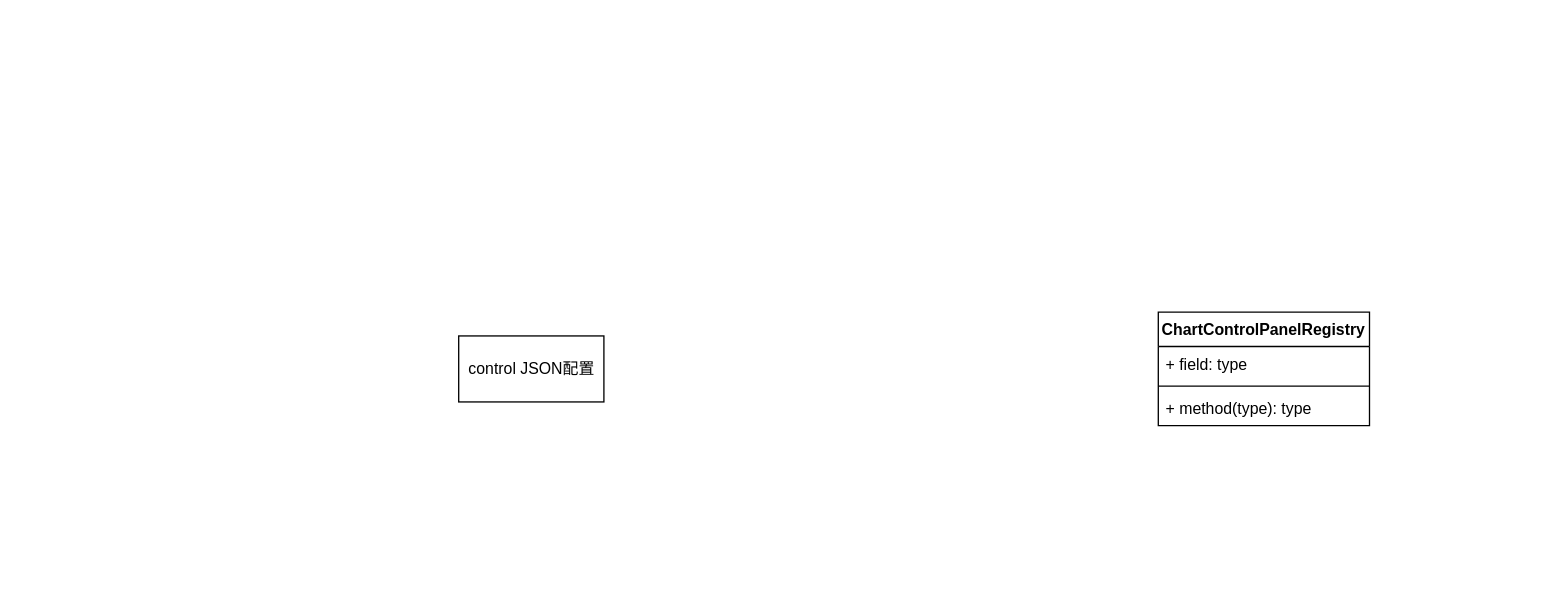
This is superset-core_control.drawio from wbbhacker/drawFile, a draw.io file, before an edit. Source tidied: cells renumbered, new cells numbered last; positions are measured from the earlier drawing's top-left corner, leaving out a move shared by most shapes. Both pictures are drawn from the tidied source at 132%, with x=0, y=0 at pixel (458, 312).
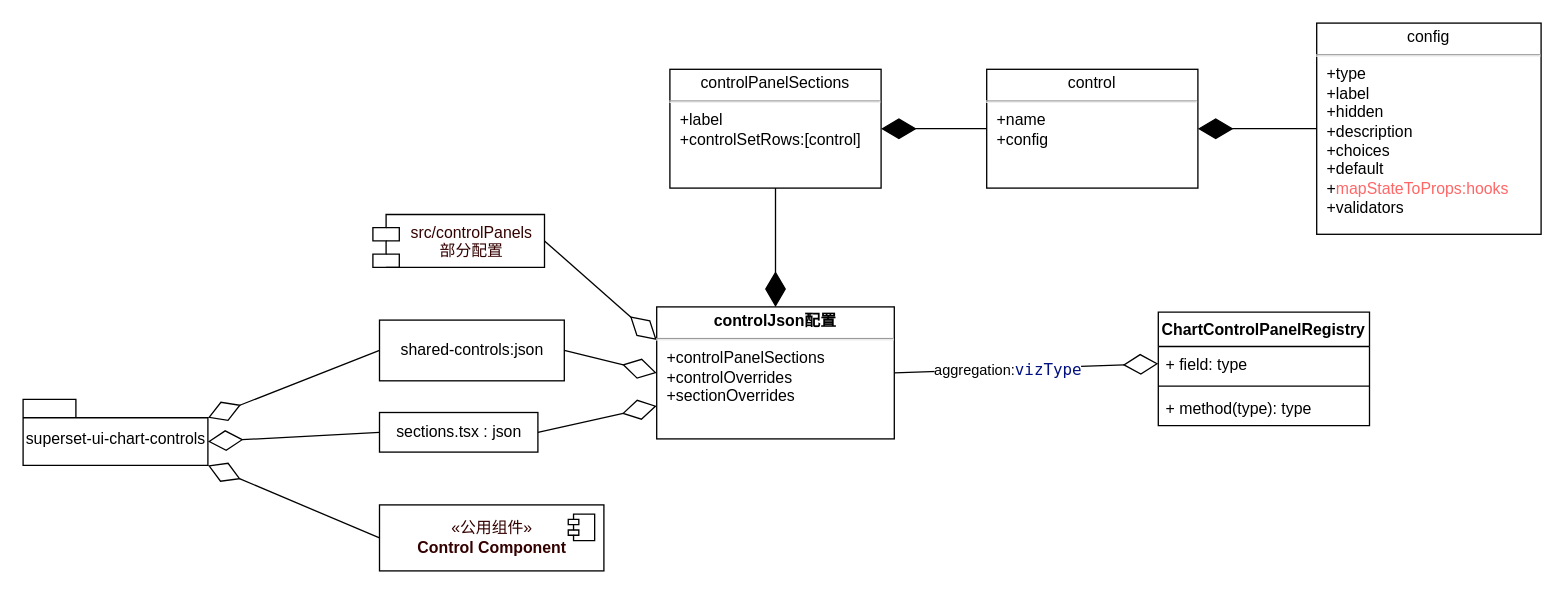
Above is the later version.

Unchanged cells that the change refers to:
```xml
<mxCell id="3" value="+ field: type" style="text;strokeColor=none;fillColor=none;align=left;verticalAlign=top;spacingLeft=4;spacingRight=4;overflow=hidden;points=[[0,0.5],[1,0.5]];portConstraint=eastwest;" parent="2" vertex="1">
  <mxGeometry y="26" width="160" height="26" as="geometry" />
</mxCell>
```

Change to the diagram source:
```diff
@@
-    <mxCell id="6" value="control JSON配置" style="html=1;" parent="1" vertex="1">
-      <mxGeometry y="18" width="110" height="50" as="geometry" />
-    </mxCell>
+    <mxCell id="7" style="endArrow=diamondThin;endFill=0;endSize=24;html=1;rounded=0;entryX=0;entryY=0.5;entryDx=0;entryDy=0;exitX=1;exitY=0.5;exitDx=0;exitDy=0;" parent="1" edge="1" source="17" target="3">
+      <mxGeometry relative="1" as="geometry" />
+    </mxCell>
+    <mxCell id="8" value="aggregation:&lt;span style=&quot;color: rgb(0 , 16 , 128) ; font-family: &amp;#34;menlo&amp;#34; , &amp;#34;monaco&amp;#34; , &amp;#34;courier new&amp;#34; , monospace ; font-size: 12px&quot;&gt;vizType&lt;/span&gt;" style="edgeLabel;html=1;align=center;verticalAlign=middle;" parent="7" vertex="1">
+      <mxGeometry x="-0.14" y="-1" relative="1" as="geometry" />
+    </mxCell>
+    <mxCell id="9" style="endArrow=diamondThin;endFill=0;endSize=24;html=1;rounded=0;entryX=0;entryY=0;entryDx=140;entryDy=50;exitX=0;exitY=0.5;exitDx=0;exitDy=0;entryPerimeter=0;" parent="1" edge="1" source="25" target="24">
+      <mxGeometry relative="1" as="geometry" />
+    </mxCell>
+    <mxCell id="10" value="sections.tsx : json" style="html=1;" parent="1" vertex="1">
+      <mxGeometry x="-60" y="76" width="120" height="30" as="geometry" />
+    </mxCell>
+    <mxCell id="11" value="shared-controls:json" style="html=1;" parent="1" vertex="1">
+      <mxGeometry x="-60" y="6" width="140" height="46" as="geometry" />
+    </mxCell>
+    <mxCell id="12" style="endArrow=diamondThin;endFill=0;endSize=24;html=1;rounded=0;entryX=0;entryY=0;entryDx=140;entryDy=32;exitX=0;exitY=0.5;exitDx=0;exitDy=0;entryPerimeter=0;" parent="1" edge="1" source="10" target="24">
+      <mxGeometry relative="1" as="geometry" />
+    </mxCell>
+    <mxCell id="13" style="endArrow=diamondThin;endFill=0;endSize=24;html=1;rounded=0;entryX=0;entryY=0;entryDx=140;entryDy=14;exitX=0;exitY=0.5;exitDx=0;exitDy=0;entryPerimeter=0;" parent="1" edge="1" source="11" target="24">
+      <mxGeometry relative="1" as="geometry" />
+    </mxCell>
+    <mxCell id="14" style="endArrow=diamondThin;endFill=0;endSize=24;html=1;rounded=0;exitX=1;exitY=0.5;exitDx=0;exitDy=0;entryX=0;entryY=0.75;entryDx=0;entryDy=0;" parent="1" edge="1" source="10" target="17">
+      <mxGeometry relative="1" as="geometry" />
+    </mxCell>
+    <mxCell id="15" style="endArrow=diamondThin;endFill=0;endSize=24;html=1;rounded=0;exitX=1;exitY=0.5;exitDx=0;exitDy=0;entryX=0;entryY=0.25;entryDx=0;entryDy=0;" parent="1" edge="1" source="27" target="17">
+      <mxGeometry relative="1" as="geometry" />
+    </mxCell>
+    <mxCell id="16" style="endArrow=diamondThin;endFill=0;endSize=24;html=1;rounded=0;exitX=1;exitY=0.5;exitDx=0;exitDy=0;entryX=0;entryY=0.5;entryDx=0;entryDy=0;" parent="1" edge="1" source="11" target="17">
+      <mxGeometry relative="1" as="geometry" />
+    </mxCell>
+    <mxCell id="17" value="&lt;p style=&quot;margin: 4px 0px 0px ; text-align: center&quot;&gt;&lt;b&gt;controlJson配置&lt;/b&gt;&lt;/p&gt;&lt;hr&gt;&lt;p style=&quot;margin: 0px ; margin-left: 8px&quot;&gt;+controlPanelSections&lt;br&gt;+controlOverrides&lt;br&gt;&lt;/p&gt;&lt;p style=&quot;margin: 0px ; margin-left: 8px&quot;&gt;+sectionOverrides&lt;/p&gt;" style="verticalAlign=top;align=left;overflow=fill;fontSize=12;fontFamily=Helvetica;html=1;" parent="1" vertex="1">
+      <mxGeometry x="150" y="-4" width="180" height="100" as="geometry" />
+    </mxCell>
+    <mxCell id="18" value="&lt;p style=&quot;margin: 4px 0px 0px ; text-align: center&quot;&gt;controlPanelSections&lt;/p&gt;&lt;hr&gt;&lt;p style=&quot;margin: 0px ; margin-left: 8px&quot;&gt;+label&lt;/p&gt;&lt;p style=&quot;margin: 0px ; margin-left: 8px&quot;&gt;+controlSetRows:[control]&lt;/p&gt;" style="verticalAlign=top;align=left;overflow=fill;fontSize=12;fontFamily=Helvetica;html=1;" parent="1" vertex="1">
+      <mxGeometry x="160" y="-184" width="160" height="90" as="geometry" />
+    </mxCell>
+    <mxCell id="19" style="endArrow=diamondThin;endFill=1;endSize=24;html=1;rounded=0;exitX=0.5;exitY=1;exitDx=0;exitDy=0;entryX=0.5;entryY=0;entryDx=0;entryDy=0;" parent="1" edge="1" source="18" target="17">
+      <mxGeometry relative="1" as="geometry" />
+    </mxCell>
+    <mxCell id="20" value="&lt;p style=&quot;margin: 4px 0px 0px ; text-align: center&quot;&gt;control&lt;/p&gt;&lt;hr&gt;&lt;p style=&quot;margin: 0px ; margin-left: 8px&quot;&gt;+name&lt;/p&gt;&lt;p style=&quot;margin: 0px ; margin-left: 8px&quot;&gt;+config&lt;/p&gt;" style="verticalAlign=top;align=left;overflow=fill;fontSize=12;fontFamily=Helvetica;html=1;" parent="1" vertex="1">
+      <mxGeometry x="400" y="-184" width="160" height="90" as="geometry" />
+    </mxCell>
+    <mxCell id="21" value="&lt;p style=&quot;margin: 4px 0px 0px ; text-align: center&quot;&gt;config&lt;/p&gt;&lt;hr&gt;&lt;p style=&quot;margin: 0px ; margin-left: 8px&quot;&gt;+type&lt;br style=&quot;padding: 0px ; margin: 0px&quot;&gt;+label&lt;br style=&quot;padding: 0px ; margin: 0px&quot;&gt;+hidden&lt;br style=&quot;padding: 0px ; margin: 0px&quot;&gt;+description&lt;br style=&quot;padding: 0px ; margin: 0px&quot;&gt;+choices&lt;br style=&quot;padding: 0px ; margin: 0px&quot;&gt;+default&lt;br style=&quot;padding: 0px ; margin: 0px&quot;&gt;+&lt;font color=&quot;#ff6666&quot;&gt;mapStateToProps:hooks&lt;/font&gt;&lt;br style=&quot;padding: 0px ; margin: 0px&quot;&gt;+validators&lt;br&gt;&lt;/p&gt;" style="verticalAlign=top;align=left;overflow=fill;fontSize=12;fontFamily=Helvetica;html=1;" parent="1" vertex="1">
+      <mxGeometry x="650" y="-219" width="170" height="160" as="geometry" />
+    </mxCell>
+    <mxCell id="22" style="endArrow=diamondThin;endFill=1;endSize=24;html=1;rounded=0;exitX=0;exitY=0.5;exitDx=0;exitDy=0;entryX=1;entryY=0.5;entryDx=0;entryDy=0;" parent="1" edge="1" source="20" target="18">
+      <mxGeometry relative="1" as="geometry" />
+    </mxCell>
+    <mxCell id="23" style="endArrow=diamondThin;endFill=1;endSize=24;html=1;rounded=0;exitX=0;exitY=0.5;exitDx=0;exitDy=0;entryX=1;entryY=0.5;entryDx=0;entryDy=0;" parent="1" edge="1" source="21" target="20">
+      <mxGeometry relative="1" as="geometry" />
+    </mxCell>
+    <mxCell id="24" value="&lt;span style=&quot;color: rgb(0 , 0 , 0) ; font-weight: 400&quot;&gt;superset-ui-chart-controls&lt;/span&gt;" style="shape=folder;fontStyle=1;spacingTop=10;tabWidth=40;tabHeight=14;tabPosition=left;html=1;fontColor=#FF6666;" parent="1" vertex="1">
+      <mxGeometry x="-330" y="66" width="140" height="50" as="geometry" />
+    </mxCell>
+    <mxCell id="25" value="&lt;font color=&quot;#330000&quot;&gt;«公用组件»&lt;br&gt;&lt;b&gt;Control Component&lt;/b&gt;&lt;/font&gt;" style="html=1;fontColor=#FF6666;" parent="1" vertex="1">
+      <mxGeometry x="-60" y="146" width="170" height="50" as="geometry" />
+    </mxCell>
+    <mxCell id="26" style="shape=module;jettyWidth=8;jettyHeight=4;fontColor=#FF6666;" parent="25" vertex="1">
+      <mxGeometry x="1" width="20" height="20" relative="1" as="geometry">
+        <mxPoint x="-27" y="7" as="offset" />
+      </mxGeometry>
+    </mxCell>
+    <mxCell id="27" value="src/controlPanels&#10;部分配置" style="shape=module;align=left;spacingLeft=20;align=center;verticalAlign=top;fontColor=#330000;" parent="1" vertex="1">
+      <mxGeometry x="-65" y="-74" width="130" height="40" as="geometry" />
+    </mxCell>
```
